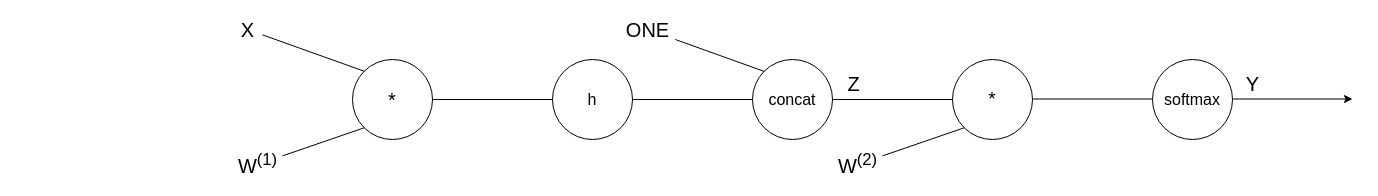
The draw.io diagram page "network_back" (2 of 2) of report/network.drawio in kristsam/classification_MLP, before the edit. Source tidied: cells renumbered, new cells numbered last; positions are measured from the earlier drawing's top-left corner, leaving out a move shared by most shapes. Both pictures are drawn from the tidied source at 100%, with x=0, y=0 at pixel (232, 19).
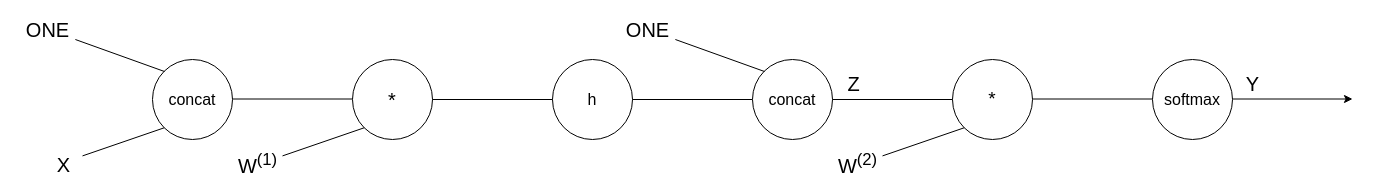
After the change.

Unchanged cells that the change refers to:
```xml
<mxCell id="5" value="&lt;font style=&quot;font-size: 20px&quot;&gt;*&lt;/font&gt;" style="ellipse;whiteSpace=wrap;html=1;" parent="1" vertex="1">
  <mxGeometry x="120" y="40" width="80" height="80" as="geometry" />
</mxCell>
```

Diff of the diagram source:
```diff
@@
-    <mxCell id="6" value="&lt;font style=&quot;font-size: 20px&quot;&gt;X&lt;/font&gt;" style="text;html=1;align=center;verticalAlign=middle;points=[];strokeColor=none;" parent="1" vertex="1">
-      <mxGeometry width="30" height="20" as="geometry" />
-    </mxCell>
@@
-    <mxCell id="9" style="endArrow=none;html=1;entryX=0;entryY=0;entryDx=0;entryDy=0;" parent="1" edge="1" source="6" target="5">
-      <mxGeometry relative="1" as="geometry" />
-    </mxCell>
@@
+    <mxCell id="22" value="&lt;font style=&quot;font-size: 16px&quot;&gt;concat&lt;/font&gt;" style="ellipse;whiteSpace=wrap;html=1;" parent="1" vertex="1">
+      <mxGeometry x="-80" y="40" width="80" height="80" as="geometry" />
+    </mxCell>
+    <mxCell id="23" style="endArrow=none;html=1;" parent="1" edge="1" source="24">
+      <mxGeometry relative="1" as="geometry">
+        <mxPoint x="-68" y="52" as="targetPoint" />
+      </mxGeometry>
+    </mxCell>
+    <mxCell id="24" value="&lt;span style=&quot;font-size: 20px&quot;&gt;ONE&lt;/span&gt;" style="text;html=1;align=center;verticalAlign=middle;points=[];strokeColor=none;" parent="1" vertex="1">
+      <mxGeometry x="-215" width="60" height="20" as="geometry" />
+    </mxCell>
+    <mxCell id="25" style="endArrow=none;html=1;exitX=1;exitY=0.5;exitDx=0;exitDy=0;entryX=0;entryY=0.5;entryDx=0;entryDy=0;" parent="1" edge="1">
+      <mxGeometry relative="1" as="geometry">
+        <mxPoint y="79.5" as="sourcePoint" />
+        <mxPoint x="120" y="79.5" as="targetPoint" />
+      </mxGeometry>
+    </mxCell>
+    <mxCell id="26" style="endArrow=none;html=1;entryX=0;entryY=1;entryDx=0;entryDy=0;" parent="1" edge="1">
+      <mxGeometry relative="1" as="geometry">
+        <mxPoint x="-150" y="136.4" as="sourcePoint" />
+        <mxPoint x="-68.3" y="108.3" as="targetPoint" />
+      </mxGeometry>
+    </mxCell>
+    <mxCell id="6" value="X" style="edgeLabel;html=1;align=center;verticalAlign=middle;points=[];fontSize=20;" parent="26" vertex="1">
+      <mxGeometry x="-0.47" y="-1" relative="1" as="geometry">
+        <mxPoint x="-42" y="15" as="offset" />
+      </mxGeometry>
+    </mxCell>
```
